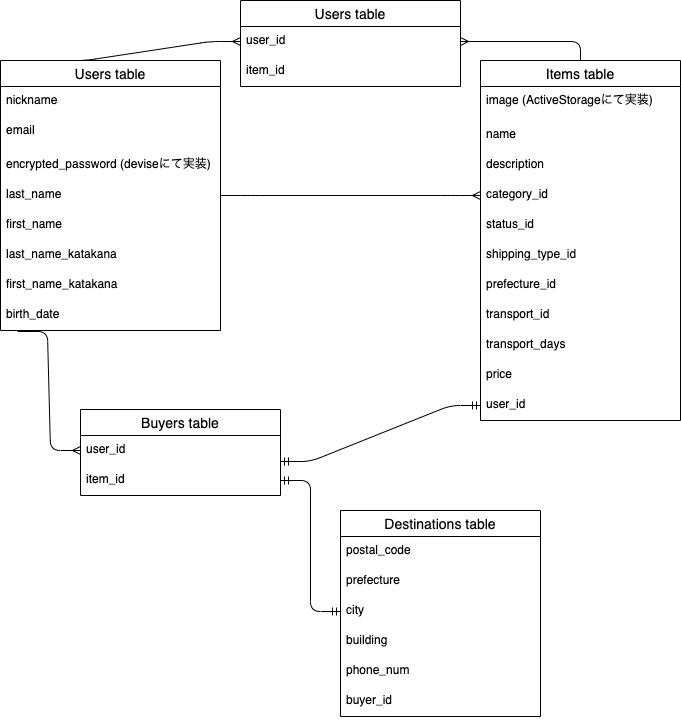
Earlier version of the draw.io export furima_er.drawio.png (Danke1732/furima-31709). Source tidied: cells renumbered, new cells last; positions are measured from the earlier drawing's top-left corner, leaving out a move shared by most shapes.
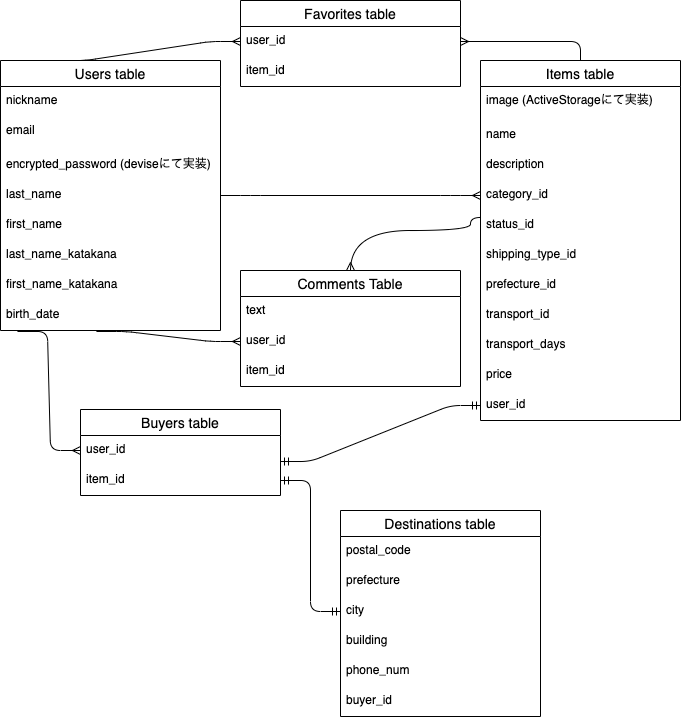
Later version of the same file.

Commit message:
コメント機能のER図とREADMEの作成

What changed in the source:
```diff
@@ -89,7 +89,7 @@
     <mxCell id="28" value="item_id" style="text;strokeColor=none;fillColor=none;spacingLeft=4;spacingRight=4;overflow=hidden;fontSize=12;" parent="26" vertex="1">
       <mxGeometry y="56" width="200" height="30" as="geometry" />
     </mxCell>
-    <mxCell id="29" value="Users table" style="swimlane;fontStyle=0;horizontal=1;startSize=26;align=center;fontSize=14;" parent="1" vertex="1">
+    <mxCell id="29" value="Favorites table" style="swimlane;fontStyle=0;horizontal=1;startSize=26;align=center;fontSize=14;" parent="1" vertex="1">
       <mxGeometry x="240" width="220" height="86" as="geometry" />
     </mxCell>
     <mxCell id="30" value="user_id" style="text;strokeColor=none;fillColor=none;spacingLeft=4;spacingRight=4;overflow=hidden;points=[[0,0.5],[1,0.5]];portConstraint=eastwest;fontSize=12;" parent="29" vertex="1">
@@ -135,5 +135,29 @@
         </Array>
       </mxGeometry>
     </mxCell>
+    <mxCell id="42" value="Comments Table" style="swimlane;fontStyle=0;horizontal=1;startSize=26;align=center;fontSize=14;" parent="1" vertex="1">
+      <mxGeometry x="240" y="270" width="220" height="116" as="geometry" />
+    </mxCell>
+    <mxCell id="43" value="text" style="text;strokeColor=none;fillColor=none;spacingLeft=4;spacingRight=4;overflow=hidden;fontSize=12;" parent="42" vertex="1">
+      <mxGeometry y="26" width="220" height="30" as="geometry" />
+    </mxCell>
+    <mxCell id="44" value="user_id" style="text;strokeColor=none;fillColor=none;spacingLeft=4;spacingRight=4;overflow=hidden;points=[[0,0.5],[1,0.5]];portConstraint=eastwest;fontSize=12;" parent="42" vertex="1">
+      <mxGeometry y="56" width="220" height="30" as="geometry" />
+    </mxCell>
+    <mxCell id="45" value="item_id" style="text;strokeColor=none;fillColor=none;spacingLeft=4;spacingRight=4;overflow=hidden;fontSize=12;" parent="42" vertex="1">
+      <mxGeometry y="86" width="220" height="30" as="geometry" />
+    </mxCell>
+    <mxCell id="46" style="edgeStyle=entityRelationEdgeStyle;fontSize=12;html=1;endArrow=ERmany;exitX=0.436;exitY=1.033;exitDx=0;exitDy=0;exitPerimeter=0;entryX=0;entryY=0.5;entryDx=0;entryDy=0;" parent="1" edge="1" source="25" target="44">
+      <mxGeometry relative="1" as="geometry" />
+    </mxCell>
+    <mxCell id="47" style="edgeStyle=orthogonalEdgeStyle;fontSize=12;html=1;endArrow=ERmany;curved=1;exitX=0;exitY=0.233;exitDx=0;exitDy=0;exitPerimeter=0;entryX=0.5;entryY=0;entryDx=0;entryDy=0;" parent="1" edge="1" source="7" target="42">
+      <mxGeometry relative="1" as="geometry">
+        <Array as="points">
+          <mxPoint x="470" y="217" />
+          <mxPoint x="470" y="230" />
+          <mxPoint x="350" y="230" />
+        </Array>
+      </mxGeometry>
+    </mxCell>
   </root>
 </mxGraphModel>
```
